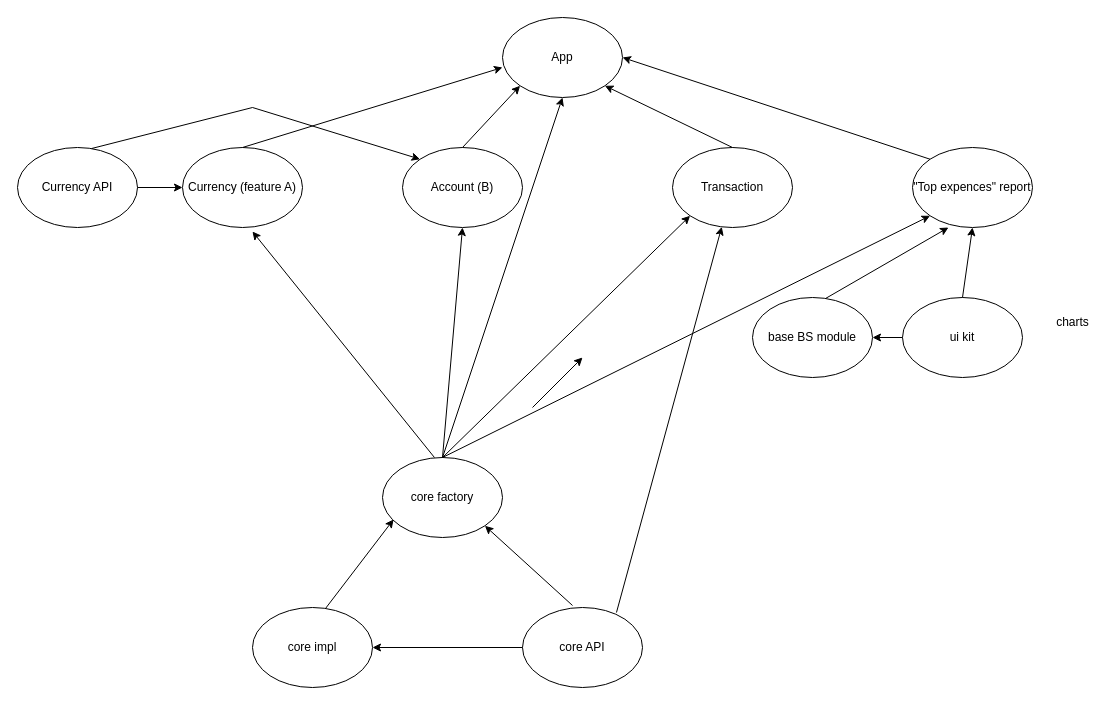
Above: Диаграмма без названия.drawio in nikman/moneymate (draw.io), before the change. Source tidied: cells renumbered, new cells numbered last; positions are measured from the earlier drawing's top-left corner, leaving out a move shared by most shapes. Both pictures are drawn from the tidied source at 100%, with x=0, y=0 at pixel (17, 17).
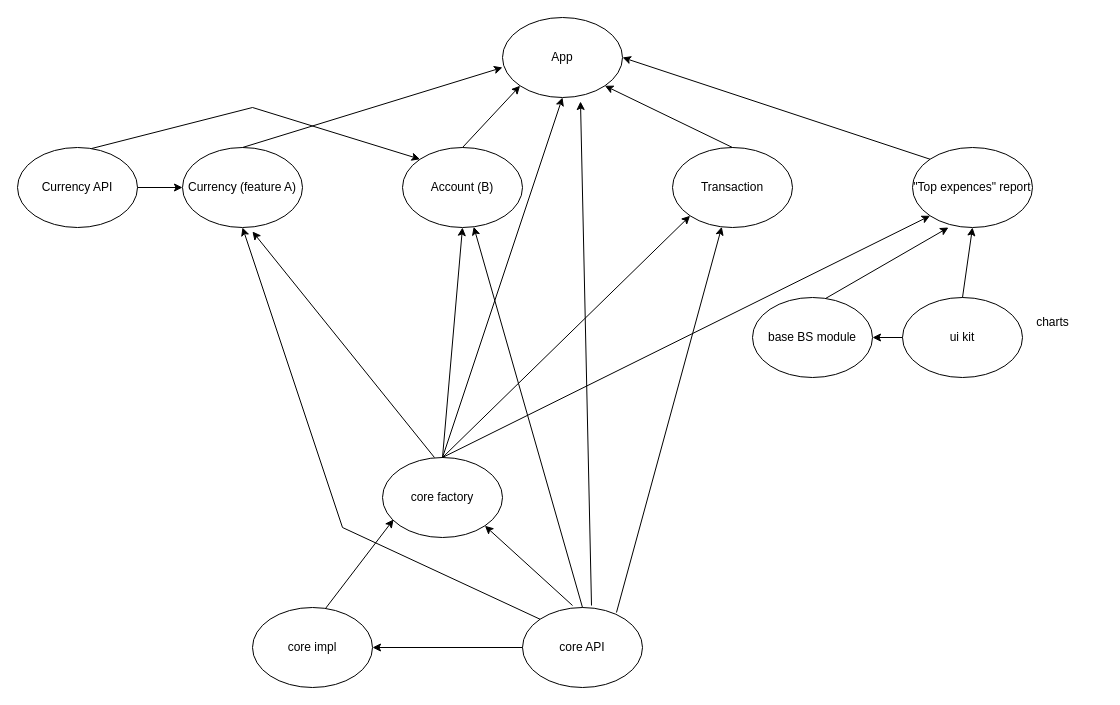
The same page after the edit.

The change refers to these unchanged cells:
```xml
<mxCell id="2" value="App" style="ellipse;whiteSpace=wrap;html=1;" parent="1" vertex="1">
  <mxGeometry x="485" width="120" height="80" as="geometry" />
</mxCell>
<mxCell id="3" value="Currency (feature A)" style="ellipse;whiteSpace=wrap;html=1;" parent="1" vertex="1">
  <mxGeometry x="165" y="130" width="120" height="80" as="geometry" />
</mxCell>
<mxCell id="4" value="Account (B)" style="ellipse;whiteSpace=wrap;html=1;" parent="1" vertex="1">
  <mxGeometry x="385" y="130" width="120" height="80" as="geometry" />
</mxCell>
<mxCell id="12" value="core API" style="ellipse;whiteSpace=wrap;html=1;" parent="1" vertex="1">
  <mxGeometry x="505" y="590" width="120" height="80" as="geometry" />
</mxCell>
```

The edit, as a diff of the source:
```diff
@@
     <mxCell id="9" value="charts&lt;br&gt;" style="text;html=1;align=center;verticalAlign=middle;strokeColor=none;fillColor=none;" parent="1" vertex="1">
-      <mxGeometry x="1025" y="290" width="60" height="30" as="geometry" />
+      <mxGeometry x="1005" y="290" width="60" height="30" as="geometry" />
     </mxCell>
@@
-    <mxCell id="31" style="endArrow=classic;html=1;rounded=0;" parent="1" edge="1">
-      <mxGeometry relative="1" as="geometry">
-        <mxPoint x="515" y="390" as="sourcePoint" />
-        <mxPoint x="565" y="340" as="targetPoint" />
-      </mxGeometry>
-    </mxCell>
@@
+    <mxCell id="33" style="endArrow=classic;html=1;rounded=0;exitX=0.5;exitY=0;exitDx=0;exitDy=0;" parent="1" edge="1" source="12" target="4">
+      <mxGeometry relative="1" as="geometry" />
+    </mxCell>
+    <mxCell id="34" style="endArrow=classic;html=1;rounded=0;exitX=0.575;exitY=-0.025;exitDx=0;exitDy=0;exitPerimeter=0;entryX=0.65;entryY=1.05;entryDx=0;entryDy=0;entryPerimeter=0;" parent="1" edge="1" source="12" target="2">
+      <mxGeometry relative="1" as="geometry" />
+    </mxCell>
+    <mxCell id="35" style="endArrow=classic;html=1;rounded=0;exitX=0;exitY=0;exitDx=0;exitDy=0;entryX=0.5;entryY=1;entryDx=0;entryDy=0;" parent="1" edge="1" source="12" target="3">
+      <mxGeometry relative="1" as="geometry">
+        <Array as="points">
+          <mxPoint x="325" y="510" />
+        </Array>
+      </mxGeometry>
+    </mxCell>
```
